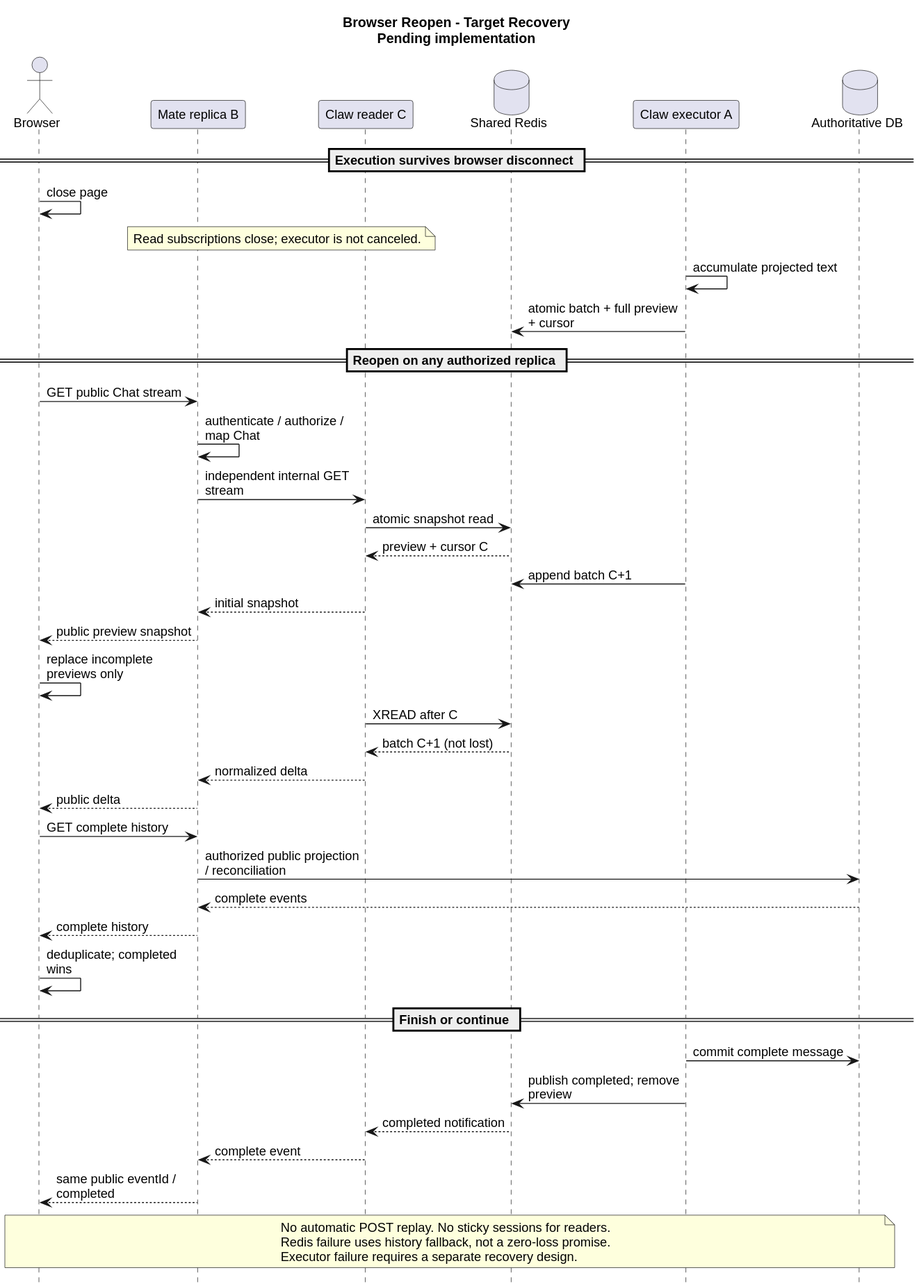
The PlantUML diagram 01-总体架构/01-CampusClaw多Agent运行时/设计图/Redis流式恢复/redis_recovery_sequence.svg in ssm0808/pi-mono-java-design, before a commit.
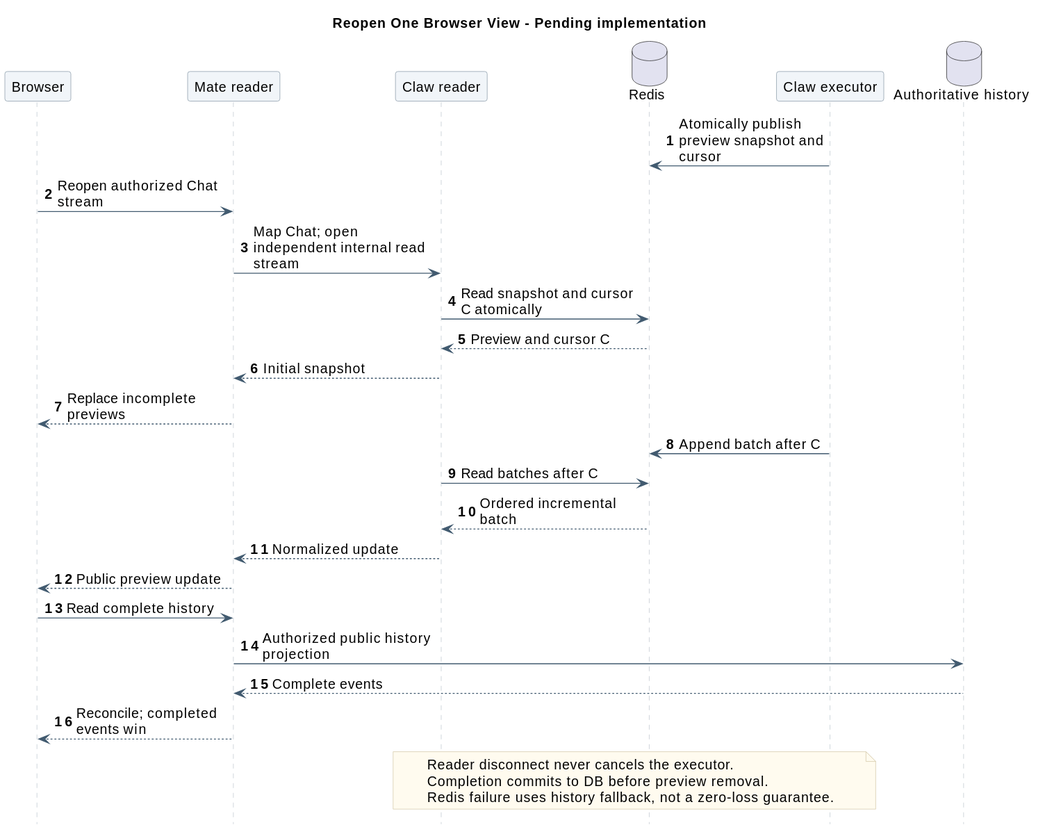
Above is the later version.

Diff of the diagram source:
```diff
@@ -1,51 +1,47 @@
 @startuml
 skinparam backgroundColor white
+skinparam defaultFontName SansSerif
+skinparam defaultFontSize 14
 skinparam shadowing false
-skinparam defaultFontName Arial
-skinparam defaultFontSize 13
-skinparam maxMessageSize 160
 skinparam sequenceMessageAlign left
+skinparam maxMessageSize 180
+skinparam sequenceArrowColor #425B70
+skinparam sequenceLifeLineBorderColor #BAC4CC
+skinparam sequenceParticipantBackgroundColor #F1F5F9
+skinparam sequenceParticipantBorderColor #8496A4
+skinparam sequenceGroupBackgroundColor #FAFBFC
+skinparam sequenceGroupBorderColor #BAC4CC
+skinparam noteBackgroundColor #FFFBEF
+skinparam noteBorderColor #D2C6A5
 hide footbox
-title Browser Reopen - Target Recovery\nPending implementation
-actor Browser
-participant "Mate replica B" as Mate
-participant "Claw reader C" as Reader
-database "Shared Redis" as Redis
-participant "Claw executor A" as Exec
-database "Authoritative DB" as DB
-== Execution survives browser disconnect ==
-Browser -> Browser : close page
-note over Mate,Reader : Read subscriptions close; executor is not canceled.
-Exec -> Exec : accumulate projected text
-Exec -> Redis : atomic batch + full preview + cursor
-== Reopen on any authorized replica ==
-Browser -> Mate : GET public Chat stream
-Mate -> Mate : authenticate / authorize / map Chat
-Mate -> Reader : independent internal GET stream
-Reader -> Redis : atomic snapshot read
-Redis --> Reader : preview + cursor C
-Exec -> Redis : append batch C+1
-Reader --> Mate : initial snapshot
-Mate --> Browser : public preview snapshot
-Browser -> Browser : replace incomplete previews only
-Reader -> Redis : XREAD after C
-Redis --> Reader : batch C+1 (not lost)
-Reader --> Mate : normalized delta
-Mate --> Browser : public delta
-Browser -> Mate : GET complete history
-Mate -> DB : authorized public projection / reconciliation
-DB --> Mate : complete events
-Mate --> Browser : complete history
-Browser -> Browser : deduplicate; completed wins
-== Finish or continue ==
-Exec -> DB : commit complete message
-Exec -> Redis : publish completed; remove preview
-Redis --> Reader : completed notification
-Reader --> Mate : complete event
-Mate --> Browser : same public eventId / completed
-note over Browser,DB
-No automatic POST replay. No sticky sessions for readers.
-Redis failure uses history fallback, not a zero-loss promise.
-Executor failure requires a separate recovery design.
+autonumber
+
+title Reopen One Browser View - Pending implementation
+participant Browser
+participant "Mate reader" as Mate
+participant "Claw reader" as Reader
+database Redis
+participant "Claw executor" as Exec
+database "Authoritative history" as DB
+Exec -> Redis : Atomically publish preview snapshot and cursor
+Browser -> Mate : Reopen authorized Chat stream
+Mate -> Reader : Map Chat; open independent internal read stream
+Reader -> Redis : Read snapshot and cursor C atomically
+Redis --> Reader : Preview and cursor C
+Reader --> Mate : Initial snapshot
+Mate --> Browser : Replace incomplete previews
+Exec -> Redis : Append batch after C
+Reader -> Redis : Read batches after C
+Redis --> Reader : Ordered incremental batch
+Reader --> Mate : Normalized update
+Mate --> Browser : Public preview update
+Browser -> Mate : Read complete history
+Mate -> DB : Authorized public history projection
+DB --> Mate : Complete events
+Mate --> Browser : Reconcile; completed events win
+note over Reader,Exec
+  Reader disconnect never cancels the executor.
+  Completion commits to DB before preview removal.
+  Redis failure uses history fallback, not a zero-loss guarantee.
 end note
 @enduml
```
